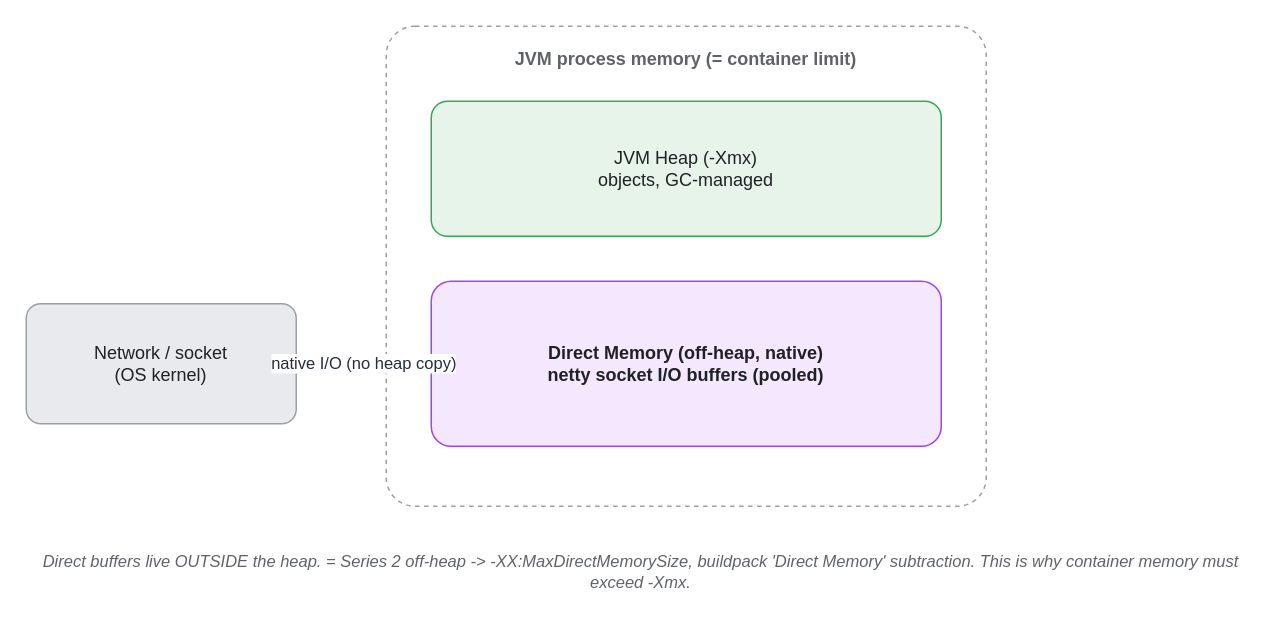
This is assets/img/spring/spring-12-netty-direct-memory.drawio from KKamJi98/kkamji98.github.io, a draw.io file, before an edit. Source tidied: cells renumbered, new cells numbered last; positions are measured from the earlier drawing's top-left corner, leaving out a move shared by most shapes. Both pictures are drawn from the tidied source at 150%, with x=0, y=0 at pixel (26, 26).
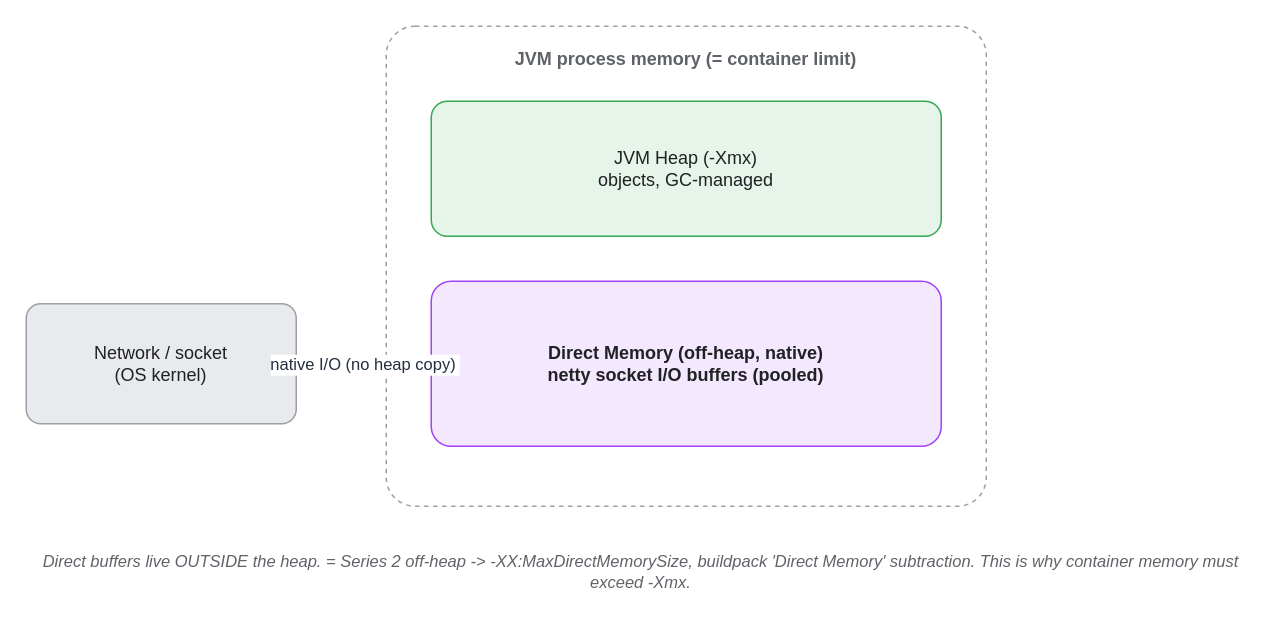
The same diagram, later.

What changed in the source:
```diff
@@
 <mxGraphModel background="#FFFFFF">
   <root>
     <mxCell id="0" />
     <mxCell id="1" parent="0" />
     <mxCell id="2" value="JVM process memory (= container limit)" style="rounded=1;whiteSpace=wrap;html=1;arcSize=6;shadow=0;fillColor=#FFFFFF;strokeColor=#9AA0A6;fontColor=#5F6368;fontStyle=1;verticalAlign=top;align=center;dashed=1;spacingTop=8;" parent="1" vertex="1">
       <mxGeometry x="240" width="400" height="320" as="geometry" />
     </mxCell>
     <mxCell id="3" value="JVM Heap (-Xmx)&#10;objects, GC-managed" style="rounded=1;whiteSpace=wrap;html=1;arcSize=12;shadow=0;fillColor=#E6F4EA;strokeColor=#34A853;fontColor=#202124;" parent="1" vertex="1">
       <mxGeometry x="270" y="50" width="340" height="90" as="geometry" />
     </mxCell>
     <mxCell id="4" value="Direct Memory (off-heap, native)&#10;netty socket I/O buffers (pooled)" style="rounded=1;whiteSpace=wrap;html=1;arcSize=12;shadow=0;fillColor=#F3E8FD;strokeColor=#A142F4;fontColor=#202124;fontStyle=1;" parent="1" vertex="1">
       <mxGeometry x="270" y="170" width="340" height="110" as="geometry" />
     </mxCell>
     <mxCell id="5" value="Network / socket&#10;(OS kernel)" style="rounded=1;whiteSpace=wrap;html=1;arcSize=12;shadow=0;fillColor=#E8EAED;strokeColor=#9AA0A6;fontColor=#202124;" parent="1" vertex="1">
       <mxGeometry y="185" width="180" height="80" as="geometry" />
     </mxCell>
     <mxCell id="6" value="Direct buffers live OUTSIDE the heap. = Series 2 off-heap -&gt; -XX:MaxDirectMemorySize, buildpack 'Direct Memory' subtraction. This is why container memory must exceed -Xmx." style="text;html=1;align=center;verticalAlign=middle;whiteSpace=wrap;fontSize=11;fontColor=#5F6368;fontStyle=2;" parent="1" vertex="1">
       <mxGeometry y="342" width="820" height="44" as="geometry" />
     </mxCell>
-    <mxCell id="7" value="native I/O (no heap copy)" style="edgeStyle=orthogonalEdgeStyle;rounded=1;html=1;fontColor=#232F3E;strokeColor=#232F3E;labelBackgroundColor=#FFFFFF;startArrow=block;endArrow=block;exitX=1;exitY=0.5;exitDx=0;exitDy=0;entryX=0;entryY=0.5;entryDx=0;entryDy=0;" parent="1" edge="1" source="5" target="4">
+    <mxCell id="7" value="native I/O (no heap copy)" style="edgeStyle=orthogonalEdgeStyle;rounded=1;html=0;fontColor=#232F3E;strokeColor=#232F3E;labelBackgroundColor=#FFFFFF;startArrow=block;endArrow=block;exitX=1;exitY=0.5;exitDx=0;exitDy=0;entryX=0;entryY=0.5;entryDx=0;entryDy=0;" parent="1" edge="1" source="5" target="4">
       <mxGeometry relative="1" as="geometry" />
     </mxCell>
   </root>
 </mxGraphModel>
```
